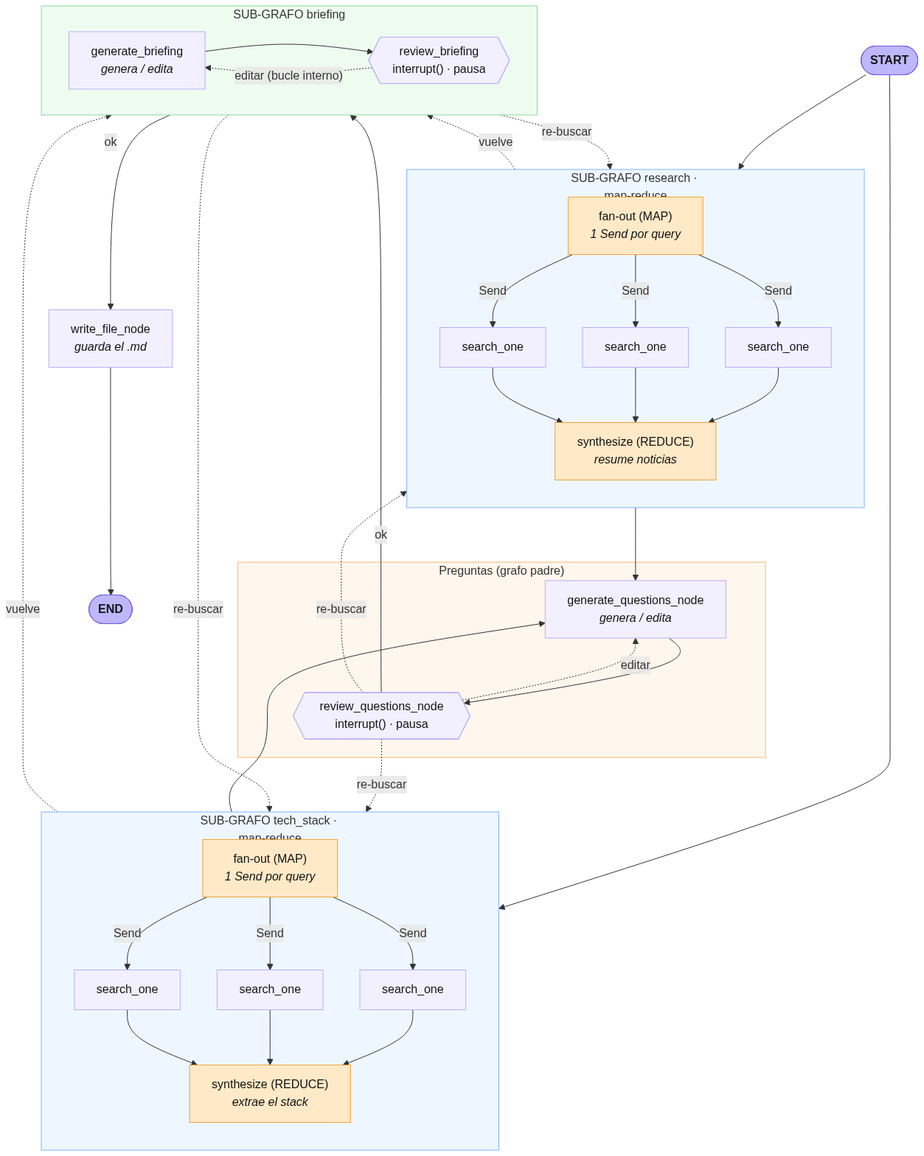
JorgePulgar/interview-preparation-agent keeps this Mermaid diagram as graph.png. Above is the earlier version. Its source is kept beside it as graph.mmd.
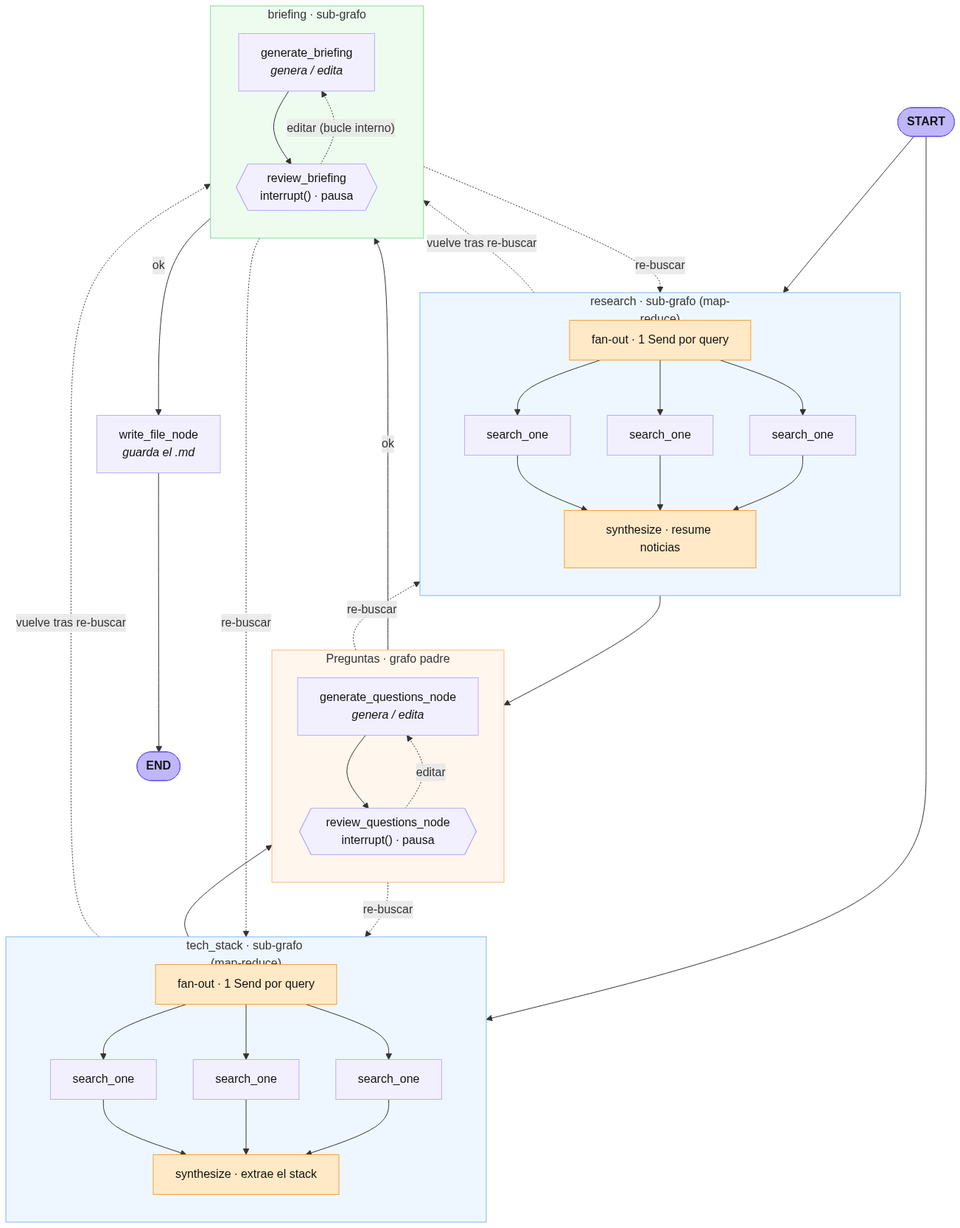
Later version of the same file.

Commit message:
docs: reorganize graph diagram (vertical spine) and embed mermaid in README

Diff of the diagram source:
```diff
@@ -1,44 +1,36 @@
 flowchart TD
     START([START]):::se
 
-    subgraph RES["SUB-GRAFO research · map-reduce"]
+    subgraph RES["research · sub-grafo (map-reduce)"]
         direction TB
-        rfan["fan-out (MAP)<br/><i>1 Send por query</i>"]:::map
+        rfan["fan-out · 1 Send por query"]:::map
         rw1["search_one"]
         rw2["search_one"]
         rw3["search_one"]
-        rsyn["synthesize (REDUCE)<br/><i>resume noticias</i>"]:::map
-        rfan -- Send --> rw1
-        rfan -- Send --> rw2
-        rfan -- Send --> rw3
-        rw1 --> rsyn
-        rw2 --> rsyn
-        rw3 --> rsyn
+        rsyn["synthesize · resume noticias"]:::map
+        rfan --> rw1 & rw2 & rw3 --> rsyn
     end
 
-    subgraph TEC["SUB-GRAFO tech_stack · map-reduce"]
+    subgraph TEC["tech_stack · sub-grafo (map-reduce)"]
         direction TB
-        tfan["fan-out (MAP)<br/><i>1 Send por query</i>"]:::map
+        tfan["fan-out · 1 Send por query"]:::map
         tw1["search_one"]
         tw2["search_one"]
         tw3["search_one"]
-        tsyn["synthesize (REDUCE)<br/><i>extrae el stack</i>"]:::map
-        tfan -- Send --> tw1
-        tfan -- Send --> tw2
-        tfan -- Send --> tw3
-        tw1 --> tsyn
-        tw2 --> tsyn
-        tw3 --> tsyn
+        tsyn["synthesize · extrae el stack"]:::map
+        tfan --> tw1 & tw2 & tw3 --> tsyn
     end
 
-    subgraph QST["Preguntas (grafo padre)"]
-        direction LR
+    subgraph QST["Preguntas · grafo padre"]
+        direction TB
         genq["generate_questions_node<br/><i>genera / edita</i>"]
         revq{{"review_questions_node<br/>interrupt() · pausa"}}
+        genq --> revq
+        revq -. "editar" .-> genq
     end
 
-    subgraph BRF["SUB-GRAFO briefing"]
-        direction LR
+    subgraph BRF["briefing · sub-grafo"]
+        direction TB
         genb["generate_briefing<br/><i>genera / edita</i>"]
         revb{{"review_briefing<br/>interrupt() · pausa"}}
         genb --> revb
@@ -50,21 +42,18 @@
 
     START --> RES
     START --> TEC
-    RES --> genq
-    TEC --> genq
-    genq --> revq
-    revq -- "ok" --> BRF
+    RES --> QST
+    TEC --> QST
+    QST -- "ok" --> BRF
     BRF -- "ok" --> write
     write --> DONE
 
-    revq -. "editar" .-> genq
-
-    revq -. "re-buscar" .-> RES
-    revq -. "re-buscar" .-> TEC
+    QST -. "re-buscar" .-> RES
+    QST -. "re-buscar" .-> TEC
     BRF -. "re-buscar" .-> RES
     BRF -. "re-buscar" .-> TEC
-    RES -. "vuelve" .-> BRF
-    TEC -. "vuelve" .-> BRF
+    RES -. "vuelve tras re-buscar" .-> BRF
+    TEC -. "vuelve tras re-buscar" .-> BRF
 
     classDef se fill:#bfb6fc,stroke:#6c5ce7,color:#111,font-weight:bold;
     classDef default fill:#f2f0ff,stroke:#b9aef7,color:#111;
```
